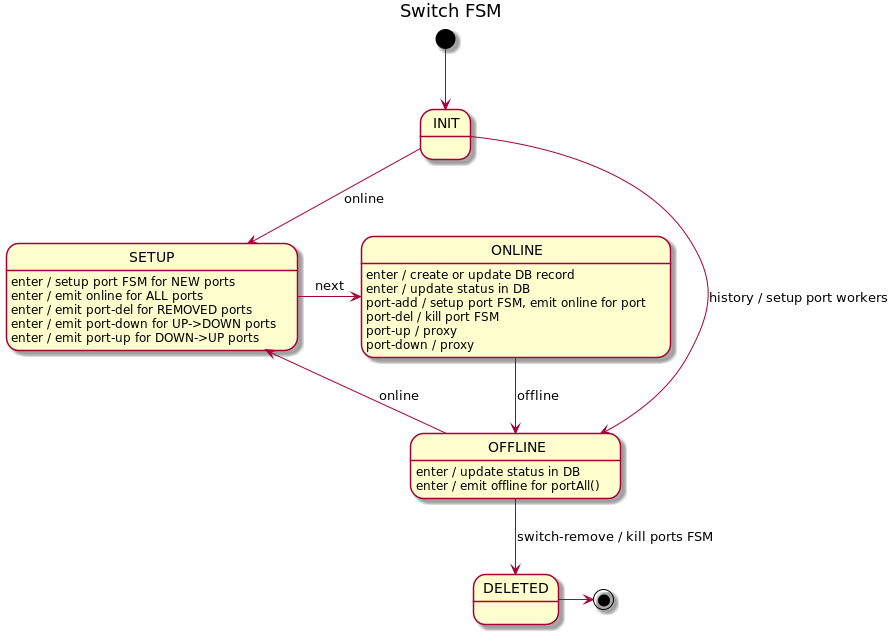
Above: docs/design/network-discovery/switch-FSM.png in telstra/open-kilda (PlantUML), before the change.
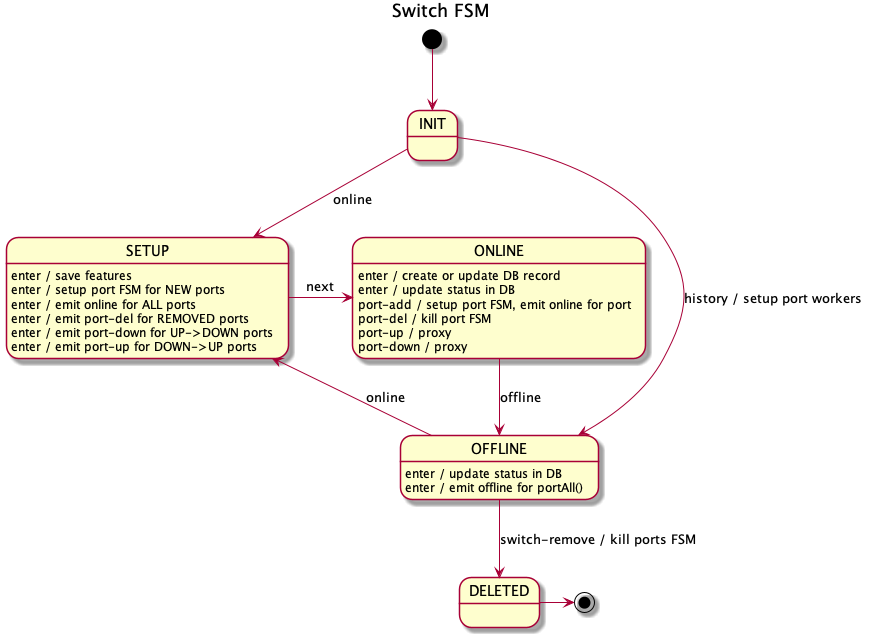
Later version of the same file.

The edit, as a diff of the source:
```diff
@@ -6,6 +6,7 @@
 INIT --> OFFLINE : history / setup port workers
 INIT --> SETUP : online
 
+SETUP : enter / save features
 SETUP : enter / setup port FSM for NEW ports
 SETUP : enter / emit online for ALL ports
 SETUP : enter / emit port-del for REMOVED ports
```
